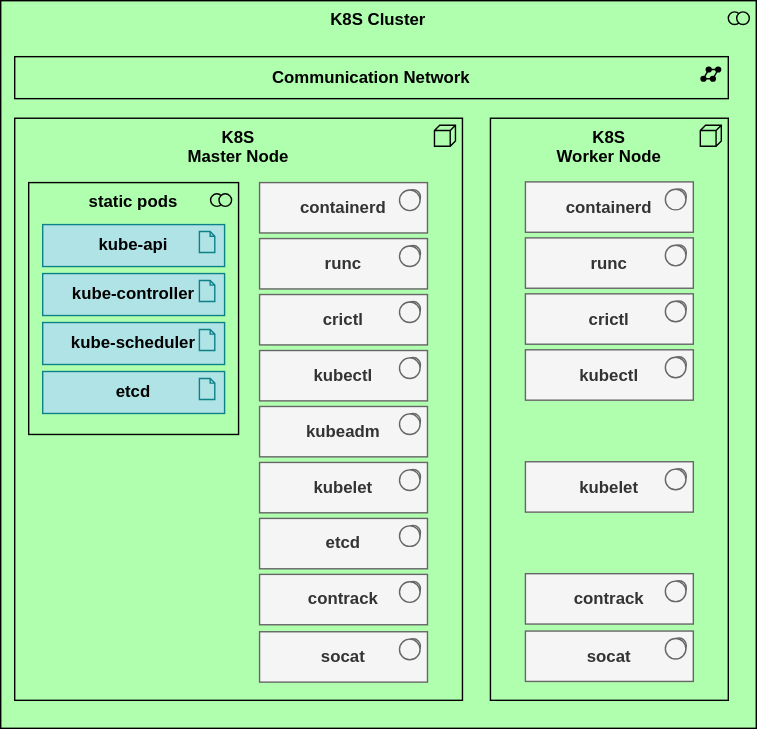
Above: documentation/static/img/components/pie.svg in PRO-Robotech/in-cloud-docs (draw.io), before the change. Source tidied: cells renumbered, new cells last; positions are measured from the earlier drawing's top-left corner, leaving out a move shared by most shapes. The source it was exported from:
```xml
<mxGraphModel>
  <root>
    <mxCell id="0" />
    <mxCell id="1" parent="0" />
    <mxCell id="2" value="K8S Cluster" style="html=1;whiteSpace=wrap;fillColor=#AFFFAF;shape=mxgraph.archimate3.application;appType=collab;archiType=square;verticalAlign=top;fontStyle=1;fontColor=#000000;" parent="1" vertex="1">
      <mxGeometry width="540" height="520" as="geometry" />
    </mxCell>
    <mxCell id="3" value="&lt;b&gt;K8S&lt;/b&gt;&lt;div&gt;&lt;b&gt;Master Node&lt;/b&gt;&lt;/div&gt;" style="html=1;whiteSpace=wrap;fillColor=#AFFFAF;shape=mxgraph.archimate3.application;appType=node;archiType=square;fontColor=#000000;strokeColor=#000000;verticalAlign=top;" parent="1" vertex="1">
      <mxGeometry x="10" y="84" width="320" height="416" as="geometry" />
    </mxCell>
    <mxCell id="4" value="&lt;b&gt;K8S&lt;/b&gt;&lt;div&gt;&lt;b&gt;Worker Node&lt;/b&gt;&lt;/div&gt;" style="html=1;whiteSpace=wrap;fillColor=#AFFFAF;shape=mxgraph.archimate3.application;appType=node;archiType=square;fontColor=#000000;strokeColor=#000000;verticalAlign=top;" parent="1" vertex="1">
      <mxGeometry x="350" y="84" width="170" height="416" as="geometry" />
    </mxCell>
    <mxCell id="5" value="&lt;span&gt;containerd&lt;/span&gt;" style="html=1;whiteSpace=wrap;fillColor=#f5f5f5;shape=mxgraph.archimate3.application;appType=sysSw;archiType=square;fontStyle=1;fontColor=#333333;strokeColor=#666666;" parent="1" vertex="1">
      <mxGeometry x="185" y="130" width="120" height="36" as="geometry" />
    </mxCell>
    <mxCell id="6" value="&lt;span&gt;runc&lt;/span&gt;" style="html=1;whiteSpace=wrap;fillColor=#f5f5f5;shape=mxgraph.archimate3.application;appType=sysSw;archiType=square;fontStyle=1;fontColor=#333333;strokeColor=#666666;" parent="1" vertex="1">
      <mxGeometry x="185" y="170" width="120" height="36" as="geometry" />
    </mxCell>
    <mxCell id="7" value="crictl" style="html=1;whiteSpace=wrap;fillColor=#f5f5f5;shape=mxgraph.archimate3.application;appType=sysSw;archiType=square;fontStyle=1;fontColor=#333333;strokeColor=#666666;" parent="1" vertex="1">
      <mxGeometry x="185" y="210" width="120" height="36" as="geometry" />
    </mxCell>
    <mxCell id="8" value="kubectl" style="html=1;whiteSpace=wrap;fillColor=#f5f5f5;shape=mxgraph.archimate3.application;appType=sysSw;archiType=square;fontStyle=1;fontColor=#333333;strokeColor=#666666;" parent="1" vertex="1">
      <mxGeometry x="185" y="250" width="120" height="36" as="geometry" />
    </mxCell>
    <mxCell id="9" value="kubeadm" style="html=1;whiteSpace=wrap;fillColor=#f5f5f5;shape=mxgraph.archimate3.application;appType=sysSw;archiType=square;fontStyle=1;fontColor=#333333;strokeColor=#666666;" parent="1" vertex="1">
      <mxGeometry x="185" y="290" width="120" height="36" as="geometry" />
    </mxCell>
    <mxCell id="10" value="kubelet" style="html=1;whiteSpace=wrap;fillColor=#f5f5f5;shape=mxgraph.archimate3.application;appType=sysSw;archiType=square;fontStyle=1;fontColor=#333333;strokeColor=#666666;" parent="1" vertex="1">
      <mxGeometry x="185" y="330" width="120" height="36" as="geometry" />
    </mxCell>
    <mxCell id="11" value="etcd" style="html=1;whiteSpace=wrap;fillColor=#f5f5f5;shape=mxgraph.archimate3.application;appType=sysSw;archiType=square;fontStyle=1;fontColor=#333333;strokeColor=#666666;" parent="1" vertex="1">
      <mxGeometry x="185" y="370" width="120" height="36" as="geometry" />
    </mxCell>
    <mxCell id="12" value="contrack" style="html=1;whiteSpace=wrap;fillColor=#f5f5f5;shape=mxgraph.archimate3.application;appType=sysSw;archiType=square;fontStyle=1;fontColor=#333333;strokeColor=#666666;" parent="1" vertex="1">
      <mxGeometry x="185" y="410" width="120" height="36" as="geometry" />
    </mxCell>
    <mxCell id="13" value="socat" style="html=1;whiteSpace=wrap;fillColor=#f5f5f5;shape=mxgraph.archimate3.application;appType=sysSw;archiType=square;fontStyle=1;fontColor=#333333;strokeColor=#666666;" parent="1" vertex="1">
      <mxGeometry x="185" y="451" width="120" height="36" as="geometry" />
    </mxCell>
    <mxCell id="14" value="&lt;span&gt;containerd&lt;/span&gt;" style="html=1;whiteSpace=wrap;fillColor=#f5f5f5;shape=mxgraph.archimate3.application;appType=sysSw;archiType=square;fontStyle=1;fontColor=#333333;strokeColor=#666666;" parent="1" vertex="1">
      <mxGeometry x="375" y="129.5" width="120" height="36" as="geometry" />
    </mxCell>
    <mxCell id="15" value="&lt;span&gt;runc&lt;/span&gt;" style="html=1;whiteSpace=wrap;fillColor=#f5f5f5;shape=mxgraph.archimate3.application;appType=sysSw;archiType=square;fontStyle=1;fontColor=#333333;strokeColor=#666666;" parent="1" vertex="1">
      <mxGeometry x="375" y="169.5" width="120" height="36" as="geometry" />
    </mxCell>
    <mxCell id="16" value="crictl" style="html=1;whiteSpace=wrap;fillColor=#f5f5f5;shape=mxgraph.archimate3.application;appType=sysSw;archiType=square;fontStyle=1;fontColor=#333333;strokeColor=#666666;" parent="1" vertex="1">
      <mxGeometry x="375" y="209.5" width="120" height="36" as="geometry" />
    </mxCell>
    <mxCell id="17" value="kubectl" style="html=1;whiteSpace=wrap;fillColor=#f5f5f5;shape=mxgraph.archimate3.application;appType=sysSw;archiType=square;fontStyle=1;fontColor=#333333;strokeColor=#666666;" parent="1" vertex="1">
      <mxGeometry x="375" y="249.5" width="120" height="36" as="geometry" />
    </mxCell>
    <mxCell id="18" value="kubelet" style="html=1;whiteSpace=wrap;fillColor=#f5f5f5;shape=mxgraph.archimate3.application;appType=sysSw;archiType=square;fontStyle=1;fontColor=#333333;strokeColor=#666666;" parent="1" vertex="1">
      <mxGeometry x="375" y="329.5" width="120" height="36" as="geometry" />
    </mxCell>
    <mxCell id="19" value="contrack" style="html=1;whiteSpace=wrap;fillColor=#f5f5f5;shape=mxgraph.archimate3.application;appType=sysSw;archiType=square;fontStyle=1;fontColor=#333333;strokeColor=#666666;" parent="1" vertex="1">
      <mxGeometry x="375" y="409.5" width="120" height="36" as="geometry" />
    </mxCell>
    <mxCell id="20" value="socat" style="html=1;whiteSpace=wrap;fillColor=#f5f5f5;shape=mxgraph.archimate3.application;appType=sysSw;archiType=square;fontStyle=1;fontColor=#333333;strokeColor=#666666;" parent="1" vertex="1">
      <mxGeometry x="375" y="450.5" width="120" height="36" as="geometry" />
    </mxCell>
    <mxCell id="21" value="static pods" style="html=1;whiteSpace=wrap;fillColor=#AFFFAF;shape=mxgraph.archimate3.application;appType=collab;archiType=square;verticalAlign=top;fontStyle=1;fontColor=#000000;strokeColor=#000000;" parent="1" vertex="1">
      <mxGeometry x="20" y="130" width="150" height="180" as="geometry" />
    </mxCell>
    <mxCell id="22" value="kube-api" style="html=1;whiteSpace=wrap;fillColor=#b0e3e6;shape=mxgraph.archimate3.application;appType=artifact;archiType=square;strokeColor=#0e8088;fontStyle=1;" parent="1" vertex="1">
      <mxGeometry x="30" y="160" width="130" height="30" as="geometry" />
    </mxCell>
    <mxCell id="23" value="kube-controller" style="html=1;whiteSpace=wrap;fillColor=#b0e3e6;shape=mxgraph.archimate3.application;appType=artifact;archiType=square;strokeColor=#0e8088;fontStyle=1;" parent="1" vertex="1">
      <mxGeometry x="30" y="195" width="130" height="30" as="geometry" />
    </mxCell>
    <mxCell id="24" value="kube-scheduler" style="html=1;whiteSpace=wrap;fillColor=#b0e3e6;shape=mxgraph.archimate3.application;appType=artifact;archiType=square;strokeColor=#0e8088;fontStyle=1;" parent="1" vertex="1">
      <mxGeometry x="30" y="230" width="130" height="30" as="geometry" />
    </mxCell>
    <mxCell id="25" value="etcd" style="html=1;whiteSpace=wrap;fillColor=#b0e3e6;shape=mxgraph.archimate3.application;appType=artifact;archiType=square;strokeColor=#0e8088;fontStyle=1;" parent="1" vertex="1">
      <mxGeometry x="30" y="265" width="130" height="30" as="geometry" />
    </mxCell>
    <mxCell id="26" value="Communication Network" style="html=1;whiteSpace=wrap;fillColor=#AFFFAF;shape=mxgraph.archimate3.application;appType=netw;archiType=square;fontColor=#000000;strokeColor=#000000;fontStyle=1;" parent="1" vertex="1">
      <mxGeometry x="10" y="40" width="510" height="30" as="geometry" />
    </mxCell>
  </root>
</mxGraphModel>
```
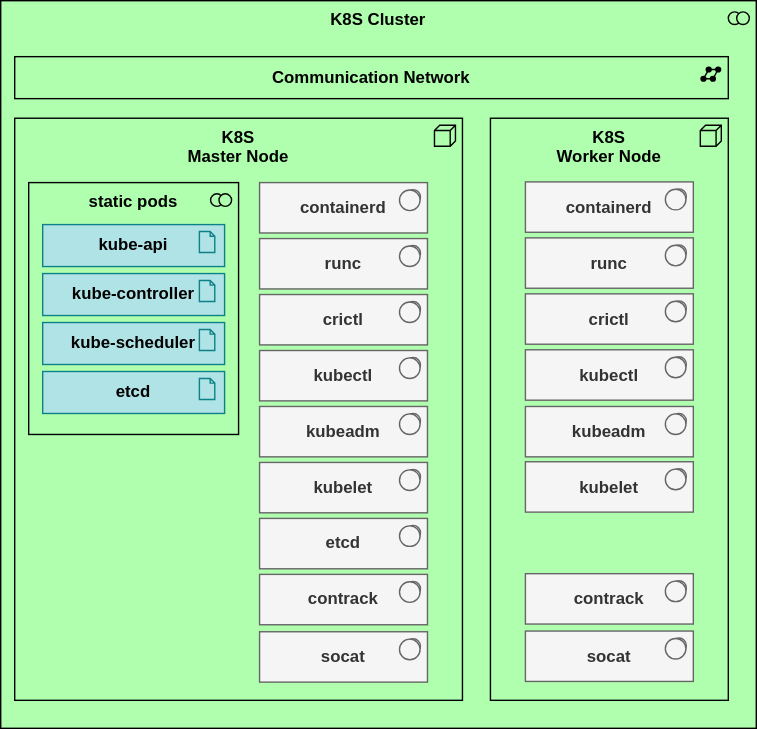
Above is the later version.

Commit message:
fix kubernetes thw

The edit, as a diff of the source:
```diff
@@ -77,5 +77,8 @@
     <mxCell id="26" value="Communication Network" style="html=1;whiteSpace=wrap;fillColor=#AFFFAF;shape=mxgraph.archimate3.application;appType=netw;archiType=square;fontColor=#000000;strokeColor=#000000;fontStyle=1;" parent="1" vertex="1">
       <mxGeometry x="10" y="40" width="510" height="30" as="geometry" />
     </mxCell>
+    <mxCell id="27" value="kubeadm" style="html=1;whiteSpace=wrap;fillColor=#f5f5f5;shape=mxgraph.archimate3.application;appType=sysSw;archiType=square;fontStyle=1;fontColor=#333333;strokeColor=#666666;" parent="1" vertex="1">
+      <mxGeometry x="375" y="290" width="120" height="36" as="geometry" />
+    </mxCell>
   </root>
 </mxGraphModel>
```
